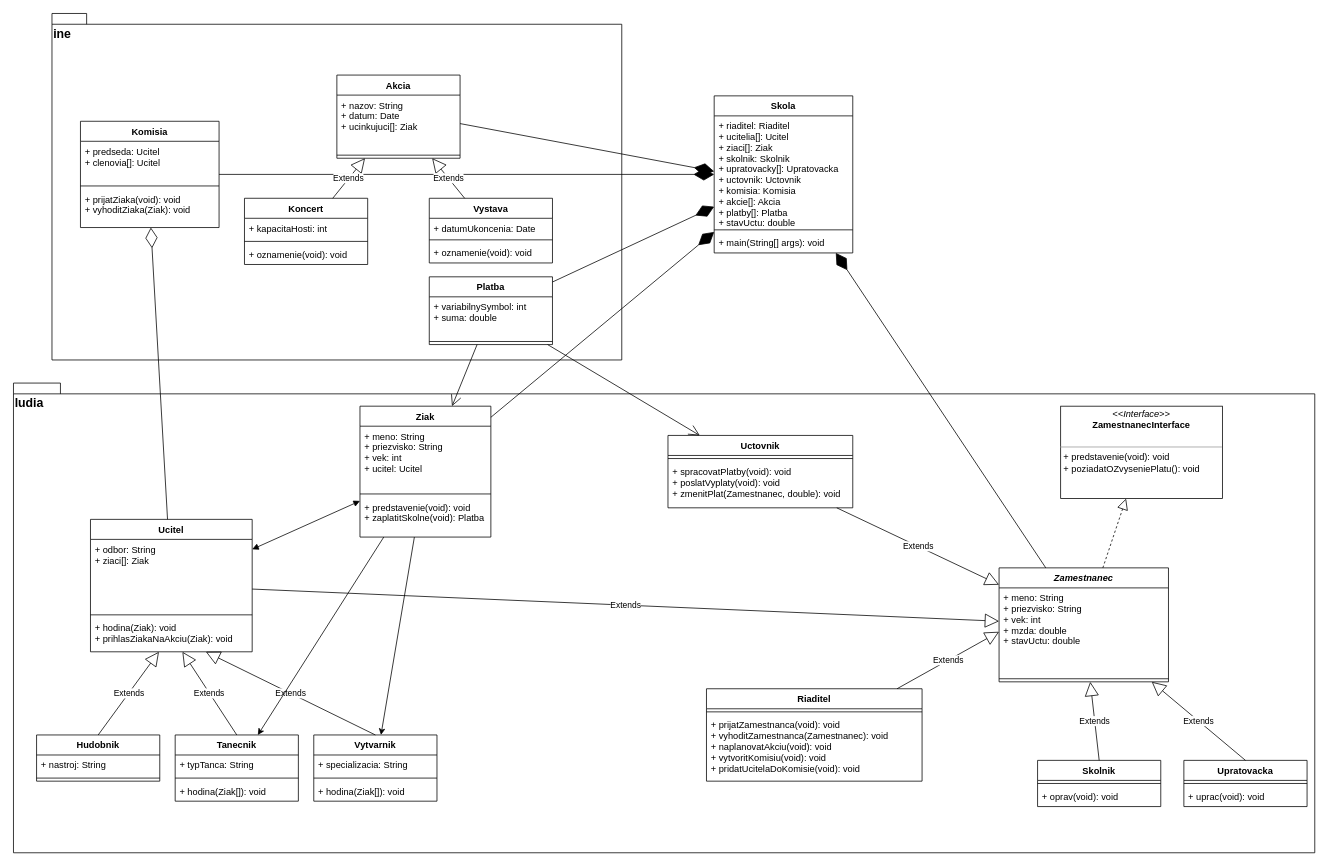
Above: Untitled Diagram.drawio in okmada123/draw.io (draw.io), before the change. Source tidied: cells renumbered, new cells numbered last; positions are measured from the earlier drawing's top-left corner, leaving out a move shared by most shapes. Both pictures are drawn from the tidied source at 77%, with x=0, y=0 at pixel (13, 13).
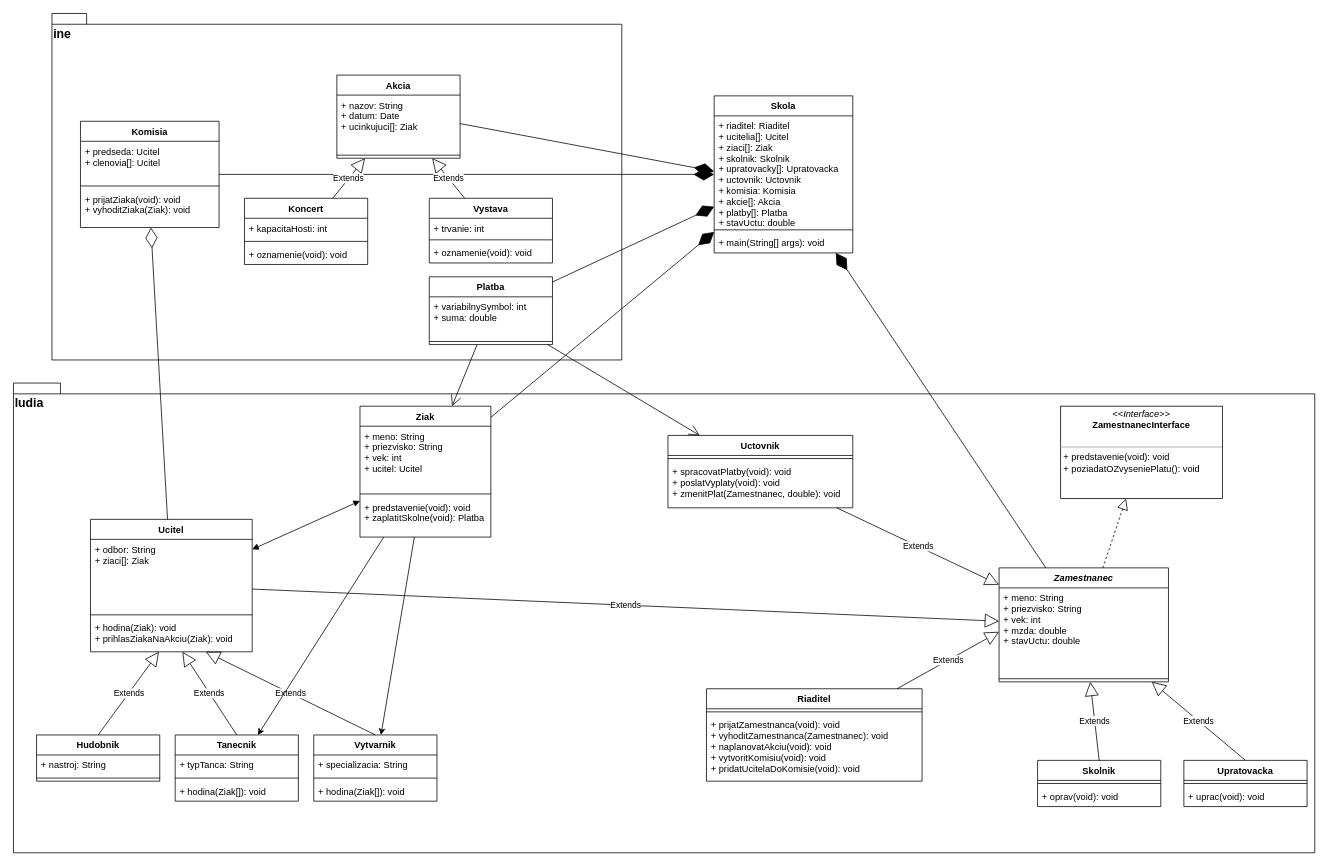
The same page after the edit.

Unchanged cells that the change refers to:
```xml
<mxCell id="73" value="Vystava" style="swimlane;fontStyle=1;align=center;verticalAlign=top;horizontal=1;startSize=26;" parent="1" vertex="1">
  <mxGeometry x="540" y="240" width="160" height="84" as="geometry" />
</mxCell>
```

What changed in the source:
```diff
@@
-    <mxCell id="74" value="+ datumUkoncenia: Date" style="text;strokeColor=none;fillColor=none;align=left;verticalAlign=top;spacingLeft=4;spacingRight=4;overflow=hidden;" parent="73" vertex="1">
+    <mxCell id="74" value="+ trvanie: int" style="text;strokeColor=none;fillColor=none;align=left;verticalAlign=top;spacingLeft=4;spacingRight=4;overflow=hidden;" parent="73" vertex="1">
       <mxGeometry y="26" width="160" height="24" as="geometry" />
     </mxCell>
```
